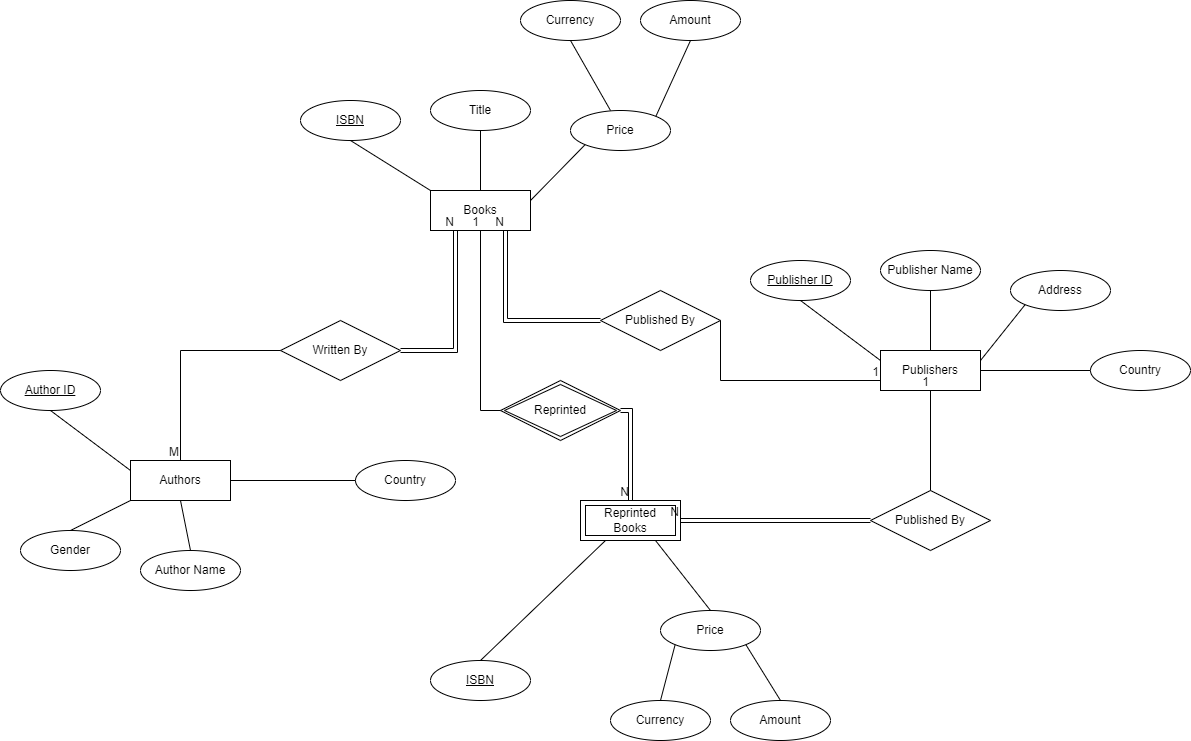
This is Lab 6/Q1.drawio.png from Keyur1284/DBMS_Labs, a draw.io export, as it was before one commit. Source tidied: cells renumbered, new cells last; positions are measured from the earlier drawing's top-left corner, leaving out a move shared by most shapes.
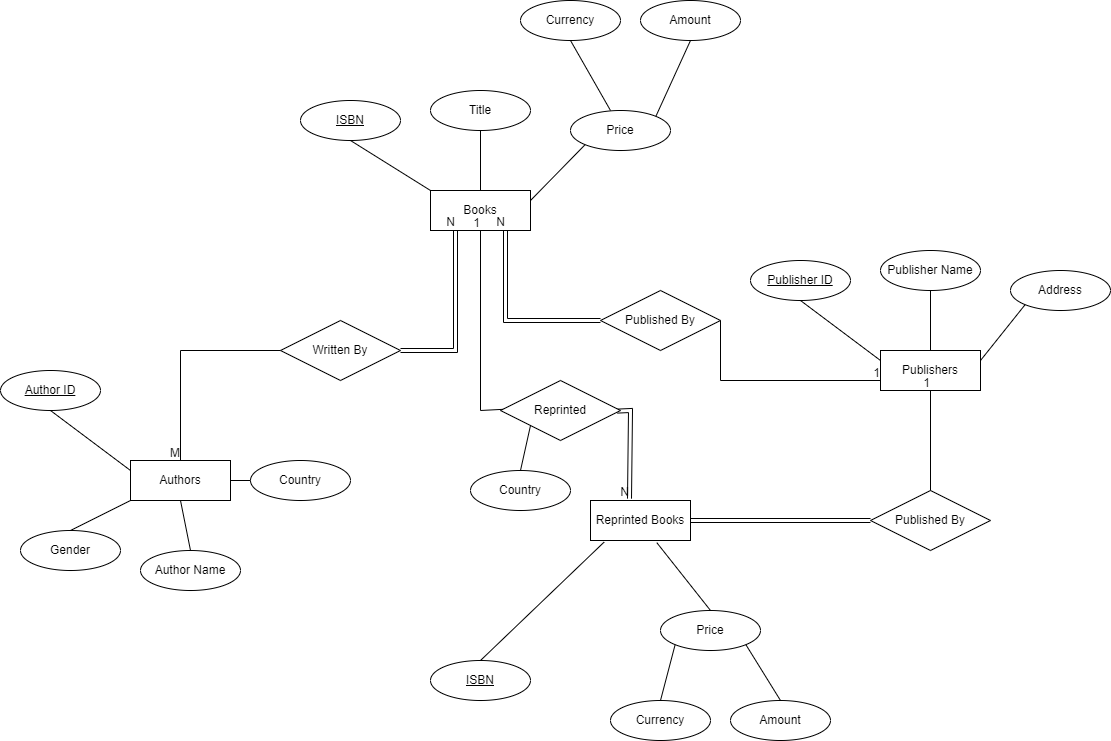
The same file after the commit.

The edit, as a diff of the source:
```diff
@@ -58,12 +58,6 @@
     <mxCell id="19" style="endArrow=none;html=1;rounded=0;entryX=0;entryY=1;entryDx=0;entryDy=0;exitX=1;exitY=0.25;exitDx=0;exitDy=0;" parent="1" edge="1" source="13" target="16">
       <mxGeometry relative="1" as="geometry" />
     </mxCell>
-    <mxCell id="20" value="Country" style="ellipse;whiteSpace=wrap;html=1;align=center;" parent="1" vertex="1">
-      <mxGeometry x="1090" y="350" width="100" height="40" as="geometry" />
-    </mxCell>
-    <mxCell id="21" style="endArrow=none;html=1;rounded=0;entryX=0;entryY=0.5;entryDx=0;entryDy=0;exitX=1;exitY=0.5;exitDx=0;exitDy=0;" parent="1" edge="1" source="13" target="20">
-      <mxGeometry relative="1" as="geometry" />
-    </mxCell>
     <mxCell id="22" value="Authors" style="whiteSpace=wrap;html=1;align=center;" parent="1" vertex="1">
       <mxGeometry x="130" y="460" width="100" height="40" as="geometry" />
     </mxCell>
@@ -88,7 +82,7 @@
       <mxGeometry relative="1" as="geometry" />
     </mxCell>
     <mxCell id="29" value="Country" style="ellipse;whiteSpace=wrap;html=1;align=center;" parent="1" vertex="1">
-      <mxGeometry x="355" y="460" width="100" height="40" as="geometry" />
+      <mxGeometry x="250" y="460" width="100" height="40" as="geometry" />
     </mxCell>
     <mxCell id="30" style="endArrow=none;html=1;rounded=0;entryX=0;entryY=0.5;entryDx=0;entryDy=0;exitX=1;exitY=0.5;exitDx=0;exitDy=0;" parent="1" edge="1" source="22" target="29">
       <mxGeometry relative="1" as="geometry" />
@@ -105,10 +99,10 @@
     <mxCell id="34" value="Amount" style="ellipse;whiteSpace=wrap;html=1;align=center;" parent="1" vertex="1">
       <mxGeometry x="730" y="700" width="100" height="40" as="geometry" />
     </mxCell>
-    <mxCell id="35" style="endArrow=none;html=1;rounded=0;exitX=0.5;exitY=0;exitDx=0;exitDy=0;entryX=0.25;entryY=1;entryDx=0;entryDy=0;" parent="1" edge="1" source="31" target="39">
+    <mxCell id="35" style="endArrow=none;html=1;rounded=0;exitX=0.5;exitY=0;exitDx=0;exitDy=0;entryX=0.137;entryY=1.038;entryDx=0;entryDy=0;entryPerimeter=0;" parent="1" edge="1" source="31" target="39">
       <mxGeometry relative="1" as="geometry" />
     </mxCell>
-    <mxCell id="36" style="endArrow=none;html=1;rounded=0;entryX=0.5;entryY=0;entryDx=0;entryDy=0;exitX=0.75;exitY=1;exitDx=0;exitDy=0;" parent="1" edge="1" source="39" target="32">
+    <mxCell id="36" style="endArrow=none;html=1;rounded=0;entryX=0.5;entryY=0;entryDx=0;entryDy=0;exitX=0.663;exitY=1.054;exitDx=0;exitDy=0;exitPerimeter=0;" parent="1" edge="1" source="39" target="32">
       <mxGeometry relative="1" as="geometry" />
     </mxCell>
     <mxCell id="37" style="endArrow=none;html=1;rounded=0;exitX=0.5;exitY=0;exitDx=0;exitDy=0;entryX=0;entryY=1;entryDx=0;entryDy=0;" parent="1" edge="1" source="33" target="32">
@@ -117,9 +111,6 @@
     <mxCell id="38" style="endArrow=none;html=1;rounded=0;exitX=0.5;exitY=0;exitDx=0;exitDy=0;entryX=1;entryY=1;entryDx=0;entryDy=0;" parent="1" edge="1" source="34" target="32">
       <mxGeometry relative="1" as="geometry" />
     </mxCell>
-    <mxCell id="39" value="Reprinted Books" style="shape=ext;margin=3;double=1;whiteSpace=wrap;html=1;align=center;" parent="1" vertex="1">
-      <mxGeometry x="580" y="500" width="100" height="40" as="geometry" />
-    </mxCell>
     <mxCell id="40" value="Written By" style="shape=rhombus;perimeter=rhombusPerimeter;whiteSpace=wrap;html=1;align=center;" parent="1" vertex="1">
       <mxGeometry x="280" y="320" width="120" height="60" as="geometry" />
     </mxCell>
@@ -143,10 +134,7 @@
     <mxCell id="44" value="M" style="html=1;whiteSpace=wrap;align=right;verticalAlign=bottom;" parent="43" vertex="1">
       <mxGeometry x="1" relative="1" as="geometry" />
     </mxCell>
-    <mxCell id="45" value="Reprinted" style="shape=rhombus;double=1;perimeter=rhombusPerimeter;whiteSpace=wrap;html=1;align=center;" parent="1" vertex="1">
-      <mxGeometry x="500" y="380" width="120" height="60" as="geometry" />
-    </mxCell>
-    <mxCell id="46" style="shape=link;html=1;rounded=0;entryX=0.5;entryY=0;entryDx=0;entryDy=0;exitX=1;exitY=0.5;exitDx=0;exitDy=0;" parent="1" edge="1" source="45" target="39">
+    <mxCell id="46" style="shape=link;html=1;rounded=0;entryX=0.39;entryY=-0.046;entryDx=0;entryDy=0;exitX=0.974;exitY=0.51;exitDx=0;exitDy=0;exitPerimeter=0;entryPerimeter=0;" parent="1" edge="1" source="45" target="39">
       <mxGeometry relative="1" as="geometry">
         <Array as="points">
           <mxPoint x="630" y="410" />
@@ -156,7 +144,7 @@
     <mxCell id="47" value="N" style="html=1;whiteSpace=wrap;align=right;verticalAlign=bottom;" parent="46" vertex="1">
       <mxGeometry x="1" relative="1" as="geometry" />
     </mxCell>
-    <mxCell id="48" style="endArrow=none;html=1;rounded=0;entryX=0.5;entryY=1;entryDx=0;entryDy=0;exitX=0;exitY=0.5;exitDx=0;exitDy=0;" parent="1" edge="1" source="45" target="2">
+    <mxCell id="48" style="endArrow=none;html=1;rounded=0;entryX=0.5;entryY=1;entryDx=0;entryDy=0;exitX=0.064;exitY=0.476;exitDx=0;exitDy=0;exitPerimeter=0;" parent="1" edge="1" source="45" target="2">
       <mxGeometry relative="1" as="geometry">
         <Array as="points">
           <mxPoint x="480" y="410" />
@@ -204,5 +192,19 @@
     <mxCell id="59" value="1" style="html=1;whiteSpace=wrap;align=right;verticalAlign=bottom;" parent="58" vertex="1">
       <mxGeometry x="1" relative="1" as="geometry" />
     </mxCell>
+    <mxCell id="20" value="Country" style="ellipse;whiteSpace=wrap;html=1;align=center;" parent="1" vertex="1">
+      <mxGeometry x="470" y="470" width="100" height="40" as="geometry" />
+    </mxCell>
+    <mxCell id="60" style="endArrow=none;html=1;rounded=0;entryX=0;entryY=1;entryDx=0;entryDy=0;exitX=0.5;exitY=0;exitDx=0;exitDy=0;" parent="1" edge="1" source="20">
+      <mxGeometry relative="1" as="geometry">
+        <mxPoint x="530" y="425" as="targetPoint" />
+      </mxGeometry>
+    </mxCell>
+    <mxCell id="45" value="Reprinted" style="shape=rhombus;perimeter=rhombusPerimeter;whiteSpace=wrap;html=1;align=center;" parent="1" vertex="1">
+      <mxGeometry x="500" y="380" width="120" height="60" as="geometry" />
+    </mxCell>
+    <mxCell id="39" value="Reprinted Books" style="whiteSpace=wrap;html=1;align=center;" parent="1" vertex="1">
+      <mxGeometry x="590" y="500" width="100" height="40" as="geometry" />
+    </mxCell>
   </root>
 </mxGraphModel>
```
